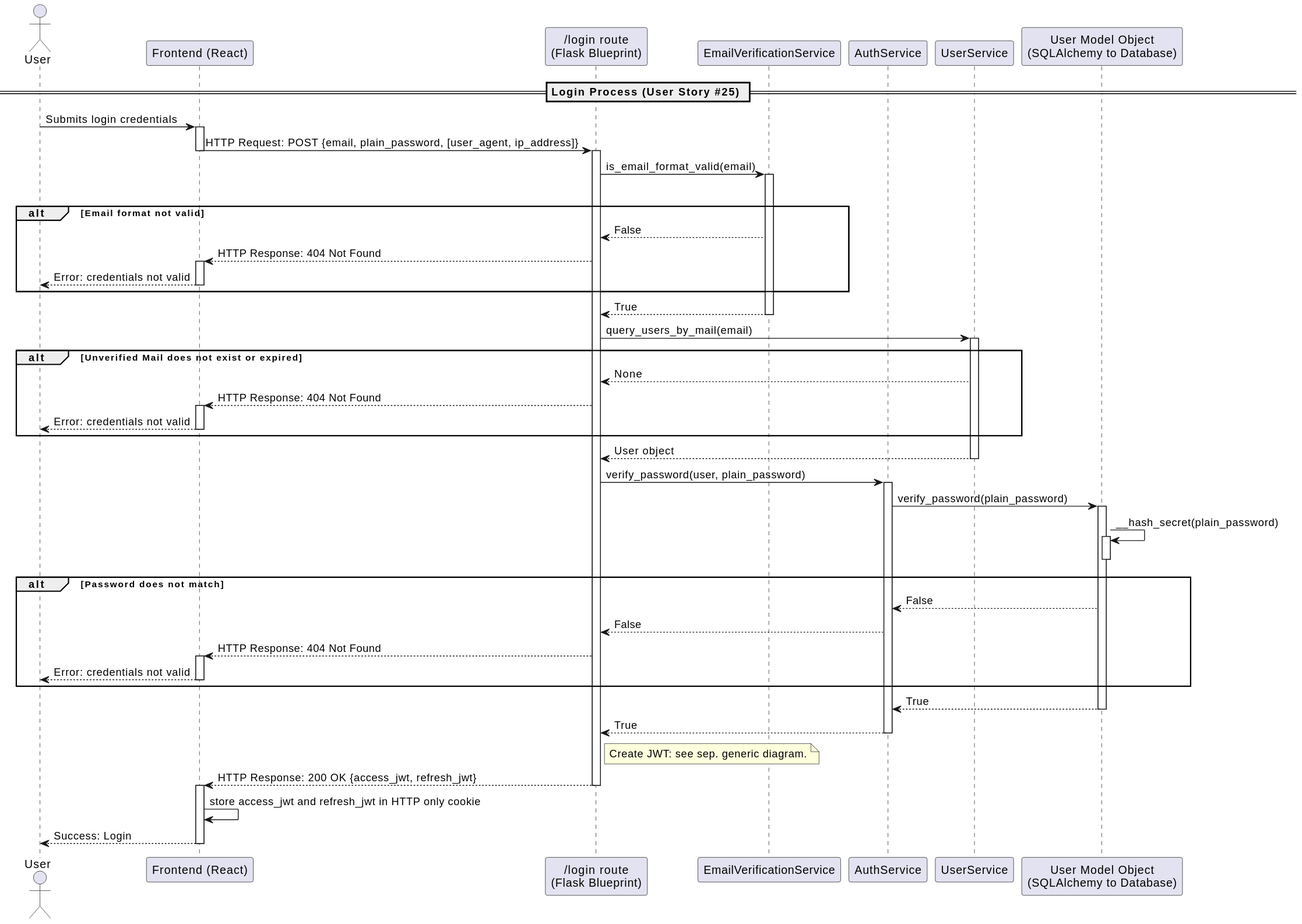
Before: docs/out/diagrams/uml/sequence/account_management/authentication_process/LoginSequence.svg, a diagram exported from PlantUML (dominikoetiker/TheMentalLoadHub).
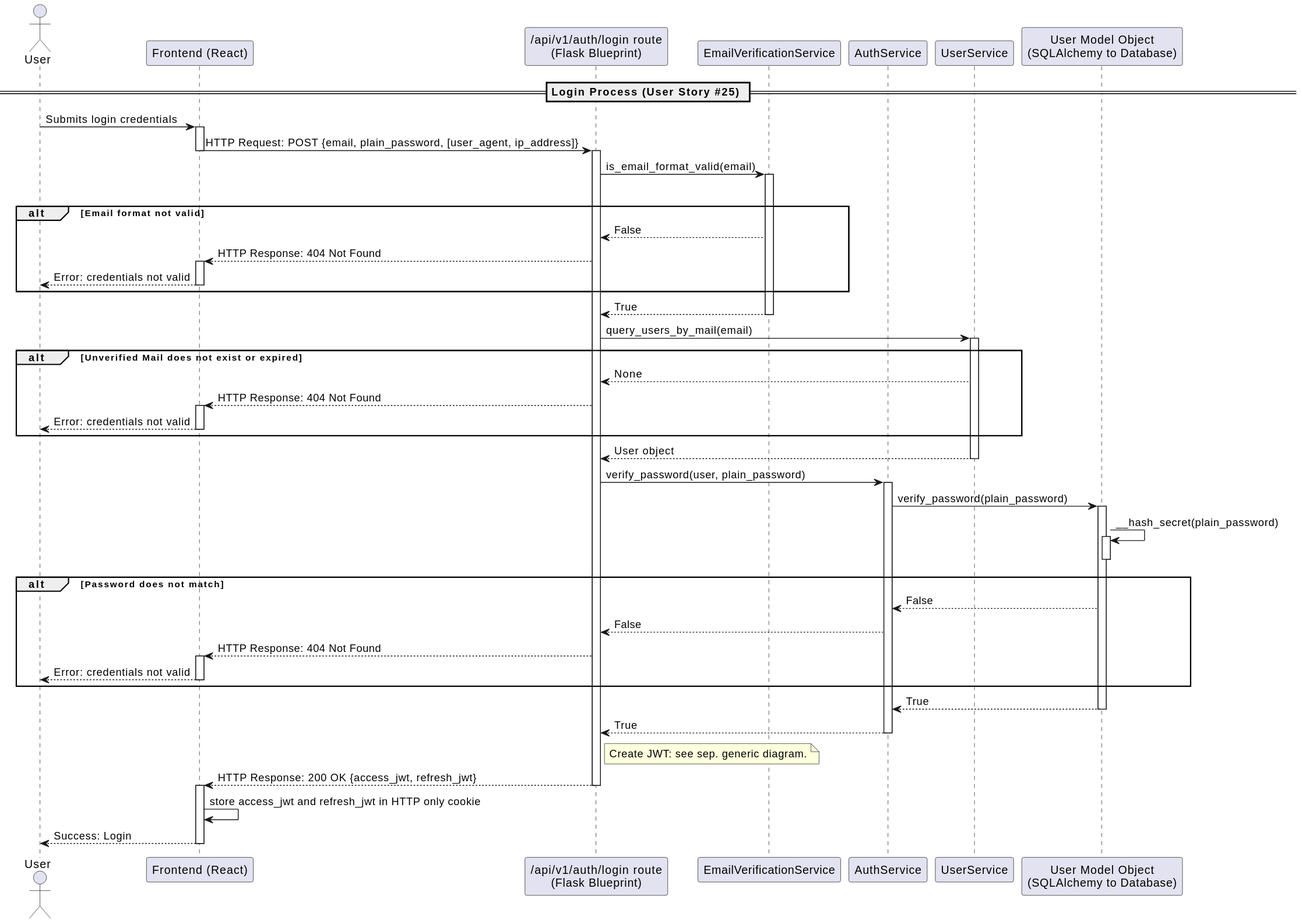
The same file after the commit.

Change to the diagram source:
```diff
@@ -1,42 +1,42 @@
 @startuml
-actor "User" as AppUser
+actor "User" as User
 participant "Frontend (React)" as FE
-participant "/login route\n(Flask Blueprint)" as LR
+participant "/api/v1/auth/login route\n(Flask Blueprint)" as ALiR
 participant "EmailVerificationService" as ES
 participant "AuthService" as AS
 participant "UserService" as US
 participant "User Model Object\n(SQLAlchemy to Database)" as UM
 
 == Login Process (User Story #25) ==
-AppUser -> FE: Submits login credentials
+User -> FE: Submits login credentials
 activate FE
-FE -> LR : HTTP Request: POST {email, plain_password, [user_agent, ip_address]}
+FE -> ALiR : HTTP Request: POST {email, plain_password, [user_agent, ip_address]}
 deactivate FE
-activate LR
-LR -> ES : is_email_format_valid(email)
+activate ALiR
+ALiR -> ES : is_email_format_valid(email)
 activate ES
 alt
 alt Email format not valid
-    LR <-- ES : False
-    FE <-- LR : HTTP Response: 404 Not Found
+    ALiR <-- ES : False
+    FE <-- ALiR : HTTP Response: 404 Not Found
     activate FE
-    AppUser <-- FE : Error: credentials not valid
+    User <-- FE : Error: credentials not valid
     deactivate FE
 end
-LR <-- ES : True
+ALiR <-- ES : True
 deactivate ES
-LR -> US : query_users_by_mail(email)
+ALiR -> US : query_users_by_mail(email)
 activate US
 alt Unverified Mail does not exist or expired
-    LR <-- US : None
-    FE <-- LR : HTTP Response: 404 Not Found
+    ALiR <-- US : None
+    FE <-- ALiR : HTTP Response: 404 Not Found
     activate FE
-    AppUser <-- FE : Error: credentials not valid
+    User <-- FE : Error: credentials not valid
     deactivate FE
 end
-LR <-- US : User object
+ALiR <-- US : User object
 deactivate US
-LR -> AS : verify_password(user, plain_password)
+ALiR -> AS : verify_password(user, plain_password)
 activate AS
 AS -> UM : verify_password(plain_password)
 activate UM
@@ -45,21 +45,21 @@
 deactivate UM
 alt Password does not match
     AS <-- UM : False
-    LR <-- AS : False
-    FE <-- LR : HTTP Response: 404 Not Found
+    ALiR <-- AS : False
+    FE <-- ALiR : HTTP Response: 404 Not Found
     activate FE
-    AppUser <-- FE : Error: credentials not valid
+    User <-- FE : Error: credentials not valid
     deactivate FE
 end
 AS <-- UM : True
 deactivate UM
-LR <-- AS : True
+ALiR <-- AS : True
 deactivate AS
-note right of LR : Create JWT: see sep. generic diagram.
-FE <-- LR : HTTP Response: 200 OK {access_jwt, refresh_jwt}
-deactivate LR
+note right of ALiR : Create JWT: see sep. generic diagram.
+FE <-- ALiR : HTTP Response: 200 OK {access_jwt, refresh_jwt}
+deactivate ALiR
 activate FE
 FE -> FE : store access_jwt and refresh_jwt in HTTP only cookie
-AppUser <-- FE : Success: Login
+User <-- FE : Success: Login
 deactivate FE
 @enduml
```
